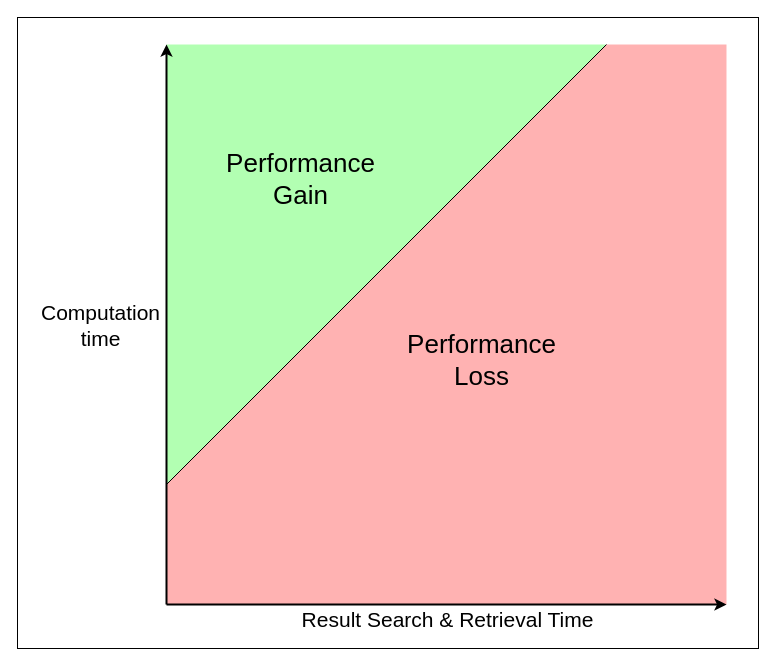
Before: 제목 없는 다이어그램.drawio in rladbtls1998/public_temp, a draw.io diagram. Source tidied: cells renumbered, new cells numbered last; positions are measured from the earlier drawing's top-left corner, leaving out a move shared by most shapes. Both pictures are drawn from the tidied source at 100%, with x=0, y=0 at pixel (17, 17).
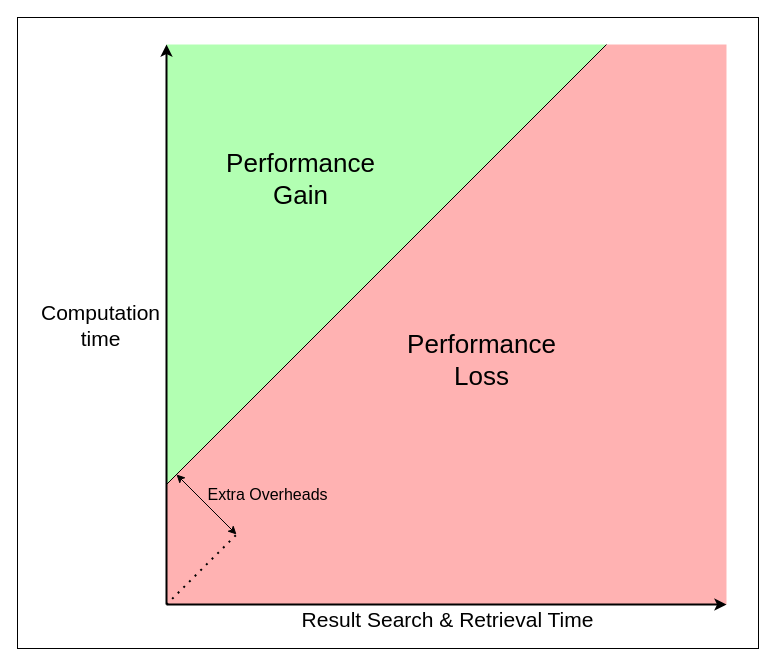
After the change.

Commit message (it also covers changes not shown here):
제목 없는 다이어그램.drawio 업데이트

Change to the diagram source:
```diff
@@
+    <mxCell id="12" style="endArrow=classic;startArrow=classic;html=1;rounded=0;" parent="1" edge="1">
+      <mxGeometry relative="1" as="geometry">
+        <mxPoint x="219" y="517" as="sourcePoint" />
+        <mxPoint x="159" y="457" as="targetPoint" />
+      </mxGeometry>
+    </mxCell>
+    <mxCell id="13" value="Extra Overheads" style="edgeLabel;html=1;align=center;verticalAlign=middle;fontSize=16;labelBackgroundColor=none;" parent="12" vertex="1">
+      <mxGeometry y="-1" relative="1" as="geometry">
+        <mxPoint x="59" y="-10" as="offset" />
+      </mxGeometry>
+    </mxCell>
+    <mxCell id="14" style="endArrow=none;dashed=1;html=1;dashPattern=1 3;strokeWidth=2;rounded=0;" parent="1" edge="1">
+      <mxGeometry relative="1" as="geometry">
+        <mxPoint x="149" y="587" as="sourcePoint" />
+        <mxPoint x="219" y="517" as="targetPoint" />
+      </mxGeometry>
+    </mxCell>
```
